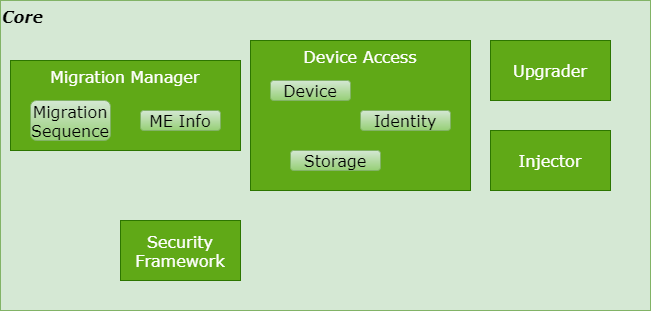
This is doc/source/img/SOO_architecture_v2021_2-Agency_core.png from smartobjectoriented/soo, a draw.io export, as it was before one commit. Source tidied: cells renumbered, new cells last; positions are measured from the earlier drawing's top-left corner, leaving out a move shared by most shapes.
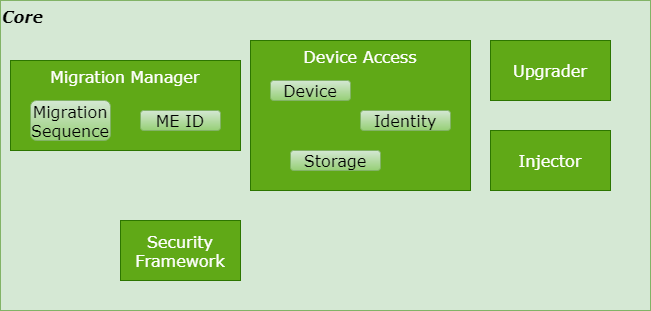
The same diagram one commit later.

The edit, as a diff of the source:
```diff
@@ -29,7 +29,7 @@
     <mxCell id="10" value="Injector" style="rounded=0;whiteSpace=wrap;html=1;fontFamily=Verdana;fontSize=16;strokeColor=#2D7600;fillColor=#60a917;align=center;verticalAlign=middle;fontColor=#ffffff;" parent="1" vertex="1">
       <mxGeometry x="490" y="130" width="120" height="60" as="geometry" />
     </mxCell>
-    <mxCell id="11" value="ME Info" style="rounded=1;whiteSpace=wrap;html=1;fontFamily=Verdana;fontSize=16;strokeColor=#82b366;fillColor=#d5e8d4;align=center;verticalAlign=middle;gradientColor=#97d077;" parent="1" vertex="1">
+    <mxCell id="11" value="ME ID" style="rounded=1;whiteSpace=wrap;html=1;fontFamily=Verdana;fontSize=16;strokeColor=#82b366;fillColor=#d5e8d4;align=center;verticalAlign=middle;gradientColor=#97d077;" parent="1" vertex="1">
       <mxGeometry x="140" y="110" width="80" height="20" as="geometry" />
     </mxCell>
     <mxCell id="12" value="Migration Sequence" style="rounded=1;whiteSpace=wrap;html=1;fontFamily=Verdana;fontSize=16;strokeColor=#82b366;fillColor=#d5e8d4;align=center;verticalAlign=middle;gradientColor=#97d077;" parent="1" vertex="1">
```
